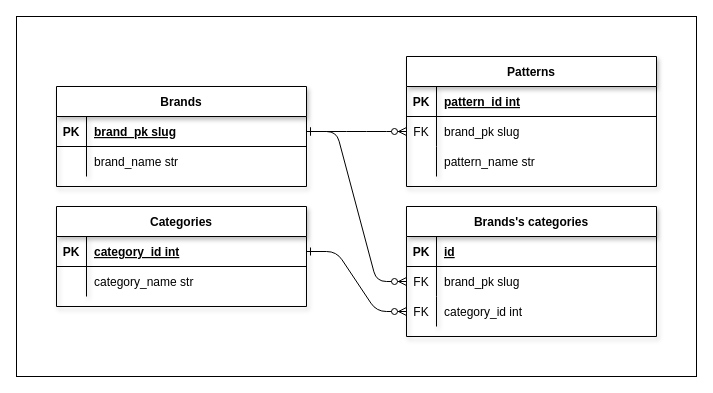
Hekysei/FastAPI_FirstTask keeps this draw.io diagram as DB_for_API.drawio. Above is the earlier version. Source tidied: cells renumbered, new cells numbered last; positions are measured from the earlier drawing's top-left corner, leaving out a move shared by most shapes. Both pictures are drawn from the tidied source at 100%, with x=0, y=0 at pixel (16, 16).
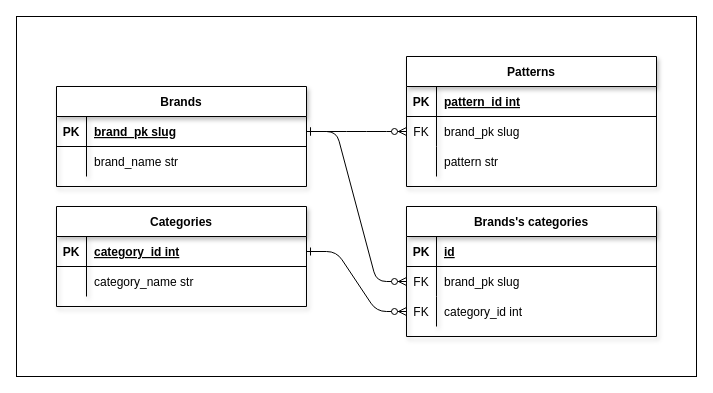
The same diagram, later.

Unchanged cells that the change refers to:
```xml
<mxCell id="36" style="shape=partialRectangle;fillColor=none;top=0;left=0;right=0;bottom=0;" parent="29" vertex="1">
  <mxGeometry y="90" width="250" height="30" as="geometry" />
</mxCell>
```

Diff of the diagram source:
```diff
@@
-    <mxCell id="38" value="pattern_name str " style="shape=partialRectangle;overflow=hidden;fillColor=none;top=0;left=0;bottom=0;right=0;align=left;spacingLeft=6;" parent="36" vertex="1">
+    <mxCell id="38" value="pattern str " style="shape=partialRectangle;overflow=hidden;fillColor=none;top=0;left=0;bottom=0;right=0;align=left;spacingLeft=6;" parent="36" vertex="1">
       <mxGeometry x="30" width="220" height="30" as="geometry" />
     </mxCell>
```
